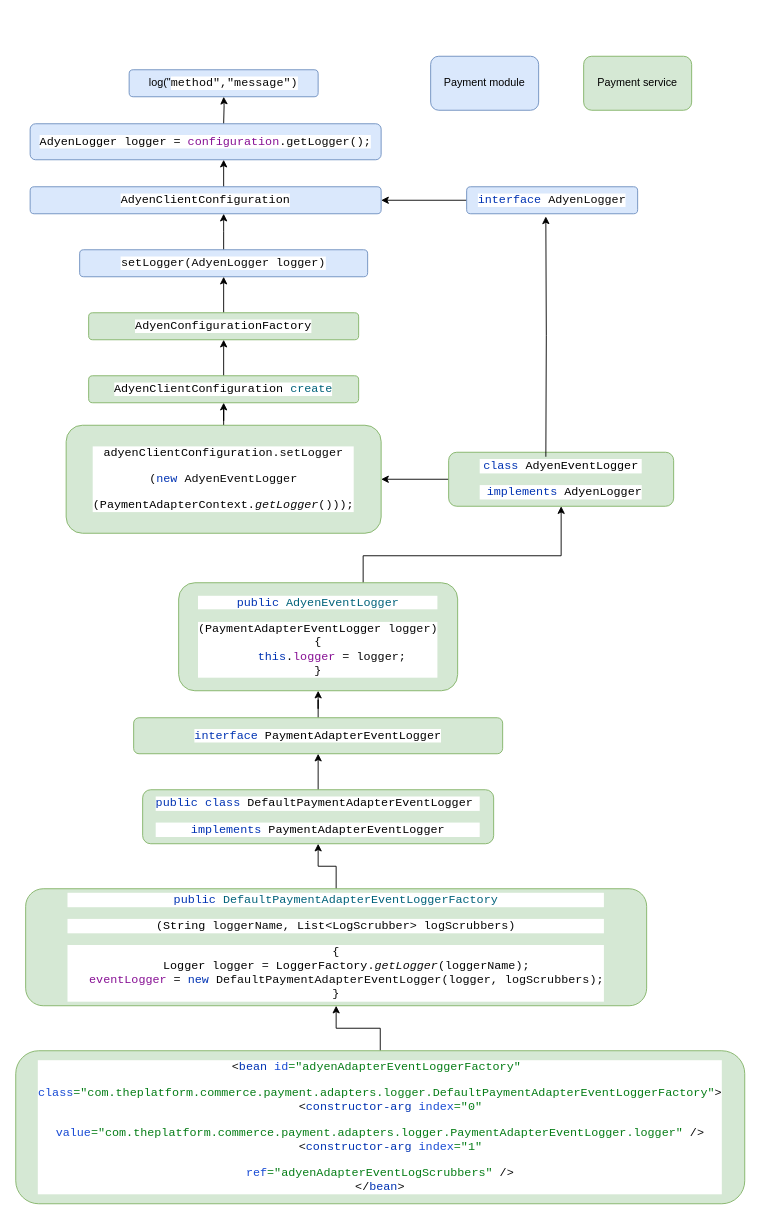
Above: Untitled Diagram.drawio in itzsaravana/diagrams (draw.io), before the change. Source tidied: cells renumbered, new cells numbered last; positions are measured from the earlier drawing's top-left corner, leaving out a move shared by most shapes. Both pictures are drawn from the tidied source at 90%, with x=0, y=0 at pixel (15, 56).
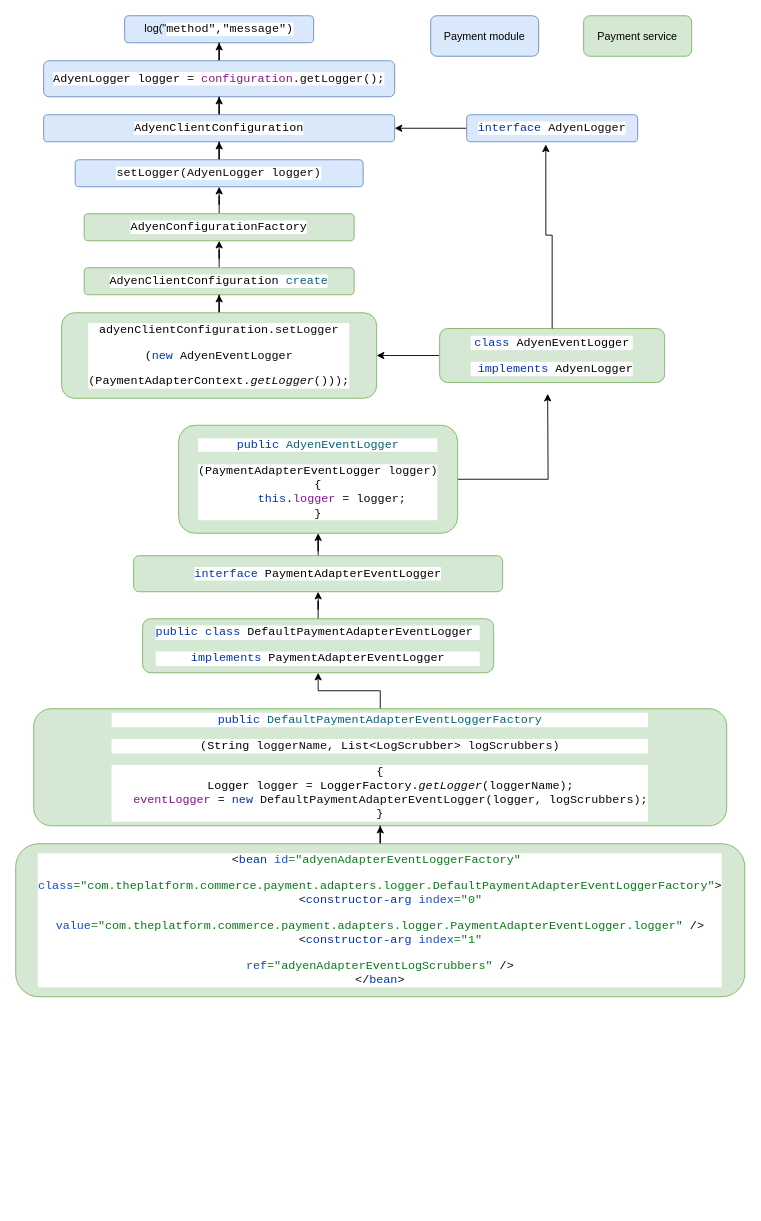
The same diagram, later.

Change to the diagram source:
```diff
@@
     <mxCell id="2" value="log(&quot;&lt;span style=&quot;background-color: rgb(255 , 255 , 255) ; color: rgb(8 , 8 , 8) ; font-family: &amp;#34;jetbrains mono&amp;#34; , monospace ; font-size: 9.8pt&quot;&gt;method&quot;,&quot;message&quot;)&lt;/span&gt;" style="rounded=1;whiteSpace=wrap;html=1;fontSize=12;glass=0;strokeWidth=1;shadow=0;fillColor=#dae8fc;strokeColor=#6c8ebf;" parent="1" vertex="1">
-      <mxGeometry x="126" y="15" width="210" height="30" as="geometry" />
+      <mxGeometry x="121" y="-45" width="210" height="30" as="geometry" />
     </mxCell>
-    <mxCell id="3" style="edgeStyle=orthogonalEdgeStyle;rounded=0;jettySize=auto;html=1;" parent="1" edge="1" target="2">
-      <mxGeometry relative="1" as="geometry">
-        <mxPoint x="231" y="75" as="sourcePoint" />
-      </mxGeometry>
-    </mxCell>
+    <mxCell id="33" style="edgeStyle=orthogonalEdgeStyle;rounded=0;jettySize=auto;html=1;" parent="1" edge="1" source="4" target="2">
+      <mxGeometry relative="1" as="geometry" />
+    </mxCell>
     <mxCell id="4" value="&lt;pre style=&quot;background-color: #ffffff ; color: #080808 ; font-family: &amp;#34;jetbrains mono&amp;#34; , monospace ; font-size: 9.8pt&quot;&gt;&lt;span style=&quot;color: #000000&quot;&gt;AdyenLogger logger &lt;/span&gt;= &lt;span style=&quot;color: #871094&quot;&gt;configuration&lt;/span&gt;.getLogger();&lt;/pre&gt;" style="rounded=1;whiteSpace=wrap;html=1;fontSize=12;glass=0;strokeWidth=1;shadow=0;fillColor=#dae8fc;strokeColor=#6c8ebf;" parent="1" vertex="1">
-      <mxGeometry x="16" y="75" width="390" height="40" as="geometry" />
+      <mxGeometry x="31" y="5" width="390" height="40" as="geometry" />
     </mxCell>
-    <mxCell id="5" style="edgeStyle=orthogonalEdgeStyle;rounded=0;orthogonalLoop=1;jettySize=auto;html=1;" parent="1" edge="1">
-      <mxGeometry relative="1" as="geometry">
-        <mxPoint x="231" y="145" as="sourcePoint" />
-        <mxPoint x="231" y="115" as="targetPoint" />
-      </mxGeometry>
-    </mxCell>
+    <mxCell id="34" style="edgeStyle=orthogonalEdgeStyle;rounded=0;jettySize=auto;html=1;" parent="1" edge="1" source="6" target="4">
+      <mxGeometry relative="1" as="geometry" />
+    </mxCell>
     <mxCell id="6" value="&lt;pre style=&quot;background-color: #ffffff ; color: #080808 ; font-family: &amp;#34;jetbrains mono&amp;#34; , monospace ; font-size: 9.8pt&quot;&gt;&lt;pre style=&quot;font-family: &amp;#34;jetbrains mono&amp;#34; , monospace ; font-size: 9.8pt&quot;&gt;&lt;span style=&quot;color: #000000&quot;&gt;AdyenClientConfiguration&lt;/span&gt;&lt;/pre&gt;&lt;/pre&gt;" style="rounded=1;whiteSpace=wrap;html=1;fontSize=12;glass=0;strokeWidth=1;shadow=0;fillColor=#dae8fc;strokeColor=#6c8ebf;" parent="1" vertex="1">
-      <mxGeometry x="16" y="145" width="390" height="30" as="geometry" />
+      <mxGeometry x="31" y="65" width="390" height="30" as="geometry" />
     </mxCell>
@@
     <mxCell id="8" value="&lt;pre style=&quot;background-color: #ffffff ; color: #080808 ; font-family: &amp;#34;jetbrains mono&amp;#34; , monospace ; font-size: 9.8pt&quot;&gt;&lt;span style=&quot;color: #0033b3&quot;&gt;interface &lt;/span&gt;AdyenLogger&lt;/pre&gt;" style="whiteSpace=wrap;html=1;rounded=1;glass=0;strokeWidth=1;shadow=0;fillColor=#dae8fc;strokeColor=#6c8ebf;" parent="1" vertex="1">
-      <mxGeometry x="501" y="145" width="190" height="30" as="geometry" />
+      <mxGeometry x="501" y="65" width="190" height="30" as="geometry" />
     </mxCell>
-    <mxCell id="9" style="edgeStyle=orthogonalEdgeStyle;rounded=0;jettySize=auto;html=1;" parent="1" edge="1" source="10">
-      <mxGeometry relative="1" as="geometry">
-        <mxPoint x="231" y="175" as="targetPoint" />
-      </mxGeometry>
-    </mxCell>
+    <mxCell id="35" style="edgeStyle=orthogonalEdgeStyle;rounded=0;jettySize=auto;html=1;" parent="1" edge="1" source="10" target="6">
+      <mxGeometry relative="1" as="geometry" />
+    </mxCell>
     <mxCell id="10" value="&lt;pre style=&quot;background-color: #ffffff ; color: #080808 ; font-family: &amp;#34;jetbrains mono&amp;#34; , monospace ; font-size: 9.8pt&quot;&gt;setLogger(AdyenLogger logger)&lt;/pre&gt;" style="whiteSpace=wrap;html=1;rounded=1;glass=0;strokeWidth=1;shadow=0;fillColor=#dae8fc;strokeColor=#6c8ebf;" parent="1" vertex="1">
-      <mxGeometry x="71" y="215" width="320" height="30" as="geometry" />
+      <mxGeometry x="66" y="115" width="320" height="30" as="geometry" />
     </mxCell>
@@
     <mxCell id="12" value="&lt;pre style=&quot;background-color: #ffffff ; color: #080808 ; font-family: &amp;#34;jetbrains mono&amp;#34; , monospace ; font-size: 9.8pt&quot;&gt;&lt;span style=&quot;color: #000000&quot;&gt;AdyenConfigurationFactory&lt;/span&gt;&lt;/pre&gt;" style="whiteSpace=wrap;html=1;rounded=1;glass=0;strokeWidth=1;shadow=0;fillColor=#d5e8d4;strokeColor=#82b366;" parent="1" vertex="1">
-      <mxGeometry x="81" y="285" width="300" height="30" as="geometry" />
+      <mxGeometry x="76" y="175" width="300" height="30" as="geometry" />
     </mxCell>
@@
     <mxCell id="15" value="&lt;pre style=&quot;background-color: #ffffff ; color: #080808 ; font-family: &amp;#34;jetbrains mono&amp;#34; , monospace ; font-size: 9.8pt&quot;&gt;&lt;pre style=&quot;font-family: &amp;#34;jetbrains mono&amp;#34; , monospace ; font-size: 9.8pt&quot;&gt;&lt;pre style=&quot;font-family: &amp;#34;jetbrains mono&amp;#34; , monospace ; font-size: 9.8pt&quot;&gt;&lt;span style=&quot;color: #000000&quot;&gt;AdyenClientConfiguration &lt;/span&gt;&lt;span style=&quot;color: #00627a&quot;&gt;create&lt;/span&gt;&lt;/pre&gt;&lt;/pre&gt;&lt;/pre&gt;" style="whiteSpace=wrap;html=1;rounded=1;glass=0;strokeWidth=1;shadow=0;fillColor=#d5e8d4;strokeColor=#82b366;" parent="1" vertex="1">
-      <mxGeometry x="81" y="355" width="300" height="30" as="geometry" />
+      <mxGeometry x="76" y="235" width="300" height="30" as="geometry" />
     </mxCell>
@@
     <mxCell id="17" value="&lt;pre style=&quot;background-color: #ffffff ; color: #080808 ; font-family: &amp;#34;jetbrains mono&amp;#34; , monospace ; font-size: 9.8pt&quot;&gt;&lt;pre style=&quot;font-family: &amp;#34;jetbrains mono&amp;#34; , monospace ; font-size: 9.8pt&quot;&gt;&lt;pre style=&quot;font-family: &amp;#34;jetbrains mono&amp;#34; , monospace ; font-size: 9.8pt&quot;&gt;&lt;pre style=&quot;font-family: &amp;#34;jetbrains mono&amp;#34; , monospace ; font-size: 9.8pt&quot;&gt;&lt;span style=&quot;color: #000000&quot;&gt;adyenClientConfiguration&lt;/span&gt;.setLogger&lt;/pre&gt;&lt;pre style=&quot;font-family: &amp;#34;jetbrains mono&amp;#34; , monospace ; font-size: 9.8pt&quot;&gt;(&lt;span style=&quot;color: #0033b3&quot;&gt;new &lt;/span&gt;AdyenEventLogger&lt;/pre&gt;&lt;pre style=&quot;font-family: &amp;#34;jetbrains mono&amp;#34; , monospace ; font-size: 9.8pt&quot;&gt;(&lt;span style=&quot;color: #000000&quot;&gt;PaymentAdapterContext&lt;/span&gt;.&lt;span style=&quot;font-style: italic&quot;&gt;getLogger&lt;/span&gt;()));&lt;/pre&gt;&lt;/pre&gt;&lt;/pre&gt;&lt;/pre&gt;" style="whiteSpace=wrap;html=1;rounded=1;glass=0;strokeWidth=1;shadow=0;fillColor=#d5e8d4;strokeColor=#82b366;" parent="1" vertex="1">
-      <mxGeometry x="56" y="410" width="350" height="120" as="geometry" />
+      <mxGeometry x="51" y="285" width="350" height="95" as="geometry" />
     </mxCell>
@@
     <mxCell id="19" value="&lt;pre style=&quot;background-color: #ffffff ; color: #080808 ; font-family: &amp;#34;jetbrains mono&amp;#34; , monospace ; font-size: 9.8pt&quot;&gt;&lt;span style=&quot;color: #0033b3&quot;&gt;class &lt;/span&gt;&lt;span style=&quot;color: #000000&quot;&gt;AdyenEventLogger&lt;/span&gt;&lt;/pre&gt;&lt;pre style=&quot;background-color: #ffffff ; color: #080808 ; font-family: &amp;#34;jetbrains mono&amp;#34; , monospace ; font-size: 9.8pt&quot;&gt;&lt;span style=&quot;color: #000000&quot;&gt; &lt;/span&gt;&lt;span style=&quot;color: #0033b3&quot;&gt;implements &lt;/span&gt;&lt;span style=&quot;color: #000000&quot;&gt;AdyenLogger&lt;/span&gt;&lt;/pre&gt;" style="whiteSpace=wrap;html=1;rounded=1;glass=0;strokeWidth=1;shadow=0;fillColor=#d5e8d4;strokeColor=#82b366;" parent="1" vertex="1">
-      <mxGeometry x="481" y="440" width="250" height="60" as="geometry" />
+      <mxGeometry x="471" y="302.5" width="250" height="60" as="geometry" />
     </mxCell>
-    <mxCell id="20" style="edgeStyle=orthogonalEdgeStyle;rounded=0;jettySize=auto;html=1;entryX=0.463;entryY=1.1;entryDx=0;entryDy=0;entryPerimeter=0;" parent="1" edge="1" target="8">
-      <mxGeometry relative="1" as="geometry">
-        <mxPoint x="589" y="445" as="sourcePoint" />
-      </mxGeometry>
+    <mxCell id="20" style="edgeStyle=orthogonalEdgeStyle;rounded=0;jettySize=auto;html=1;entryX=0.463;entryY=1.1;entryDx=0;entryDy=0;entryPerimeter=0;exitX=0.5;exitY=0;exitDx=0;exitDy=0;" parent="1" edge="1" source="19" target="8">
+      <mxGeometry relative="1" as="geometry" />
     </mxCell>
-    <mxCell id="21" style="edgeStyle=orthogonalEdgeStyle;rounded=0;jettySize=auto;html=1;" parent="1" edge="1" source="22" target="19">
-      <mxGeometry relative="1" as="geometry">
-        <Array as="points">
-          <mxPoint x="386" y="555" />
-          <mxPoint x="606" y="555" />
-        </Array>
-      </mxGeometry>
-    </mxCell>
+    <mxCell id="36" style="edgeStyle=orthogonalEdgeStyle;rounded=0;jettySize=auto;html=1;" parent="1" edge="1" source="22">
+      <mxGeometry relative="1" as="geometry">
+        <mxPoint x="591" y="375" as="targetPoint" />
+      </mxGeometry>
+    </mxCell>
     <mxCell id="22" value="&lt;pre style=&quot;background-color: #ffffff ; color: #080808 ; font-family: &amp;#34;jetbrains mono&amp;#34; , monospace ; font-size: 9.8pt&quot;&gt;&lt;span style=&quot;color: #0033b3&quot;&gt;public &lt;/span&gt;&lt;span style=&quot;color: #00627a&quot;&gt;AdyenEventLogger&lt;/span&gt;&lt;/pre&gt;&lt;pre style=&quot;background-color: #ffffff ; color: #080808 ; font-family: &amp;#34;jetbrains mono&amp;#34; , monospace ; font-size: 9.8pt&quot;&gt;(&lt;span style=&quot;color: #000000&quot;&gt;PaymentAdapterEventLogger &lt;/span&gt;logger)&lt;br&gt;{&lt;br&gt;    &lt;span style=&quot;color: #0033b3&quot;&gt;this&lt;/span&gt;.&lt;span style=&quot;color: #871094&quot;&gt;logger &lt;/span&gt;= logger;&lt;br&gt;}&lt;/pre&gt;" style="whiteSpace=wrap;html=1;rounded=1;glass=0;strokeWidth=1;shadow=0;fillColor=#d5e8d4;strokeColor=#82b366;" parent="1" vertex="1">
-      <mxGeometry x="181" y="585" width="310" height="120" as="geometry" />
+      <mxGeometry x="181" y="410" width="310" height="120" as="geometry" />
     </mxCell>
@@
     <mxCell id="24" value="&lt;pre style=&quot;background-color: #ffffff ; color: #080808 ; font-family: &amp;#34;jetbrains mono&amp;#34; , monospace ; font-size: 9.8pt&quot;&gt;&lt;span style=&quot;color: #0033b3&quot;&gt;interface &lt;/span&gt;&lt;span style=&quot;color: #000000&quot;&gt;PaymentAdapterEventLogger&lt;/span&gt;&lt;/pre&gt;" style="whiteSpace=wrap;html=1;rounded=1;glass=0;strokeWidth=1;shadow=0;fillColor=#d5e8d4;strokeColor=#82b366;" parent="1" vertex="1">
-      <mxGeometry x="131" y="735" width="410" height="40" as="geometry" />
+      <mxGeometry x="131" y="555" width="410" height="40" as="geometry" />
     </mxCell>
@@
     <mxCell id="26" value="&lt;pre style=&quot;background-color: #ffffff ; color: #080808 ; font-family: &amp;#34;jetbrains mono&amp;#34; , monospace ; font-size: 9.8pt&quot;&gt;&lt;span style=&quot;color: #0033b3&quot;&gt;public class &lt;/span&gt;&lt;span style=&quot;color: #000000&quot;&gt;DefaultPaymentAdapterEventLogger &lt;/span&gt;&lt;/pre&gt;&lt;pre style=&quot;background-color: #ffffff ; color: #080808 ; font-family: &amp;#34;jetbrains mono&amp;#34; , monospace ; font-size: 9.8pt&quot;&gt;&lt;span style=&quot;color: #0033b3&quot;&gt;implements &lt;/span&gt;&lt;span style=&quot;color: #000000&quot;&gt;PaymentAdapterEventLogger&lt;/span&gt;&lt;/pre&gt;" style="whiteSpace=wrap;html=1;rounded=1;glass=0;strokeWidth=1;shadow=0;fillColor=#d5e8d4;strokeColor=#82b366;" parent="1" vertex="1">
-      <mxGeometry x="141" y="815" width="390" height="60" as="geometry" />
+      <mxGeometry x="141" y="625" width="390" height="60" as="geometry" />
     </mxCell>
@@
     <mxCell id="28" value="&lt;pre style=&quot;background-color: #ffffff ; color: #080808 ; font-family: &amp;#34;jetbrains mono&amp;#34; , monospace ; font-size: 9.8pt&quot;&gt;&lt;span style=&quot;color: #0033b3&quot;&gt;public &lt;/span&gt;&lt;span style=&quot;color: #00627a&quot;&gt;DefaultPaymentAdapterEventLoggerFactory&lt;/span&gt;&lt;/pre&gt;&lt;pre style=&quot;background-color: #ffffff ; color: #080808 ; font-family: &amp;#34;jetbrains mono&amp;#34; , monospace ; font-size: 9.8pt&quot;&gt;(&lt;span style=&quot;font-size: 9.8pt ; white-space: normal ; color: rgb(0 , 0 , 0)&quot;&gt;String &lt;/span&gt;&lt;span style=&quot;font-size: 9.8pt ; white-space: normal&quot;&gt;loggerName, &lt;/span&gt;&lt;span style=&quot;font-size: 9.8pt ; white-space: normal ; color: rgb(0 , 0 , 0)&quot;&gt;List&lt;/span&gt;&lt;span style=&quot;font-size: 9.8pt ; white-space: normal&quot;&gt;&amp;lt;&lt;/span&gt;&lt;span style=&quot;font-size: 9.8pt ; white-space: normal ; color: rgb(0 , 0 , 0)&quot;&gt;LogScrubber&lt;/span&gt;&lt;span style=&quot;font-size: 9.8pt ; white-space: normal&quot;&gt;&amp;gt; logScrubbers)&lt;/span&gt;&lt;/pre&gt;&lt;pre style=&quot;background-color: #ffffff ; color: #080808 ; font-family: &amp;#34;jetbrains mono&amp;#34; , monospace ; font-size: 9.8pt&quot;&gt;{&lt;br&gt;   &lt;span style=&quot;color: #000000&quot;&gt;Logger logger &lt;/span&gt;= &lt;span style=&quot;color: #000000&quot;&gt;LoggerFactory&lt;/span&gt;.&lt;span style=&quot;font-style: italic&quot;&gt;getLogger&lt;/span&gt;(loggerName);&lt;br&gt;   &lt;span style=&quot;color: #871094&quot;&gt;eventLogger &lt;/span&gt;= &lt;span style=&quot;color: #0033b3&quot;&gt;new &lt;/span&gt;DefaultPaymentAdapterEventLogger(&lt;span style=&quot;color: #000000&quot;&gt;logger&lt;/span&gt;, logScrubbers);&lt;br&gt;}&lt;/pre&gt;" style="whiteSpace=wrap;html=1;rounded=1;glass=0;strokeWidth=1;shadow=0;fillColor=#d5e8d4;strokeColor=#82b366;" parent="1" vertex="1">
-      <mxGeometry x="11" y="925" width="690" height="130" as="geometry" />
+      <mxGeometry x="20" y="725" width="770" height="130" as="geometry" />
     </mxCell>
@@
     <mxCell id="30" value="&lt;pre style=&quot;background-color: #ffffff ; color: #080808 ; font-family: &amp;#34;jetbrains mono&amp;#34; , monospace ; font-size: 9.8pt&quot;&gt;&lt;pre style=&quot;font-family: &amp;#34;jetbrains mono&amp;#34; , monospace ; font-size: 9.8pt&quot;&gt;&amp;lt;&lt;span style=&quot;color: rgb(0 , 51 , 179)&quot;&gt;bean &lt;/span&gt;&lt;span style=&quot;color: rgb(23 , 74 , 212)&quot;&gt;id&lt;/span&gt;&lt;span style=&quot;color: rgb(6 , 125 , 23)&quot;&gt;=&quot;adyenAdapterEventLoggerFactory&quot; &lt;/span&gt;&lt;/pre&gt;&lt;pre style=&quot;font-family: &amp;#34;jetbrains mono&amp;#34; , monospace ; font-size: 9.8pt&quot;&gt;&lt;span style=&quot;color: rgb(23 , 74 , 212)&quot;&gt;class&lt;/span&gt;&lt;span style=&quot;color: rgb(6 , 125 , 23)&quot;&gt;=&quot;com.theplatform.commerce.payment.adapters.logger.DefaultPaymentAdapterEventLoggerFactory&quot;&lt;/span&gt;&amp;gt;&lt;br&gt;    &amp;lt;&lt;span style=&quot;color: rgb(0 , 51 , 179)&quot;&gt;constructor-arg &lt;/span&gt;&lt;span style=&quot;color: rgb(23 , 74 , 212)&quot;&gt;index&lt;/span&gt;&lt;span style=&quot;color: rgb(6 , 125 , 23)&quot;&gt;=&quot;0&quot; &lt;/span&gt;&lt;/pre&gt;&lt;pre style=&quot;font-family: &amp;#34;jetbrains mono&amp;#34; , monospace ; font-size: 9.8pt&quot;&gt;&lt;span style=&quot;color: rgb(23 , 74 , 212)&quot;&gt;value&lt;/span&gt;&lt;span style=&quot;color: rgb(6 , 125 , 23)&quot;&gt;=&quot;com.theplatform.commerce.payment.adapters.logger.PaymentAdapterEventLogger.logger&quot; &lt;/span&gt;/&amp;gt;&lt;br&gt;    &amp;lt;&lt;span style=&quot;color: rgb(0 , 51 , 179)&quot;&gt;constructor-arg &lt;/span&gt;&lt;span style=&quot;color: rgb(23 , 74 , 212)&quot;&gt;index&lt;/span&gt;&lt;span style=&quot;color: rgb(6 , 125 , 23)&quot;&gt;=&quot;1&quot; &lt;/span&gt;&lt;/pre&gt;&lt;pre style=&quot;font-family: &amp;#34;jetbrains mono&amp;#34; , monospace ; font-size: 9.8pt&quot;&gt;&lt;span style=&quot;color: rgb(23 , 74 , 212)&quot;&gt;ref&lt;/span&gt;&lt;span style=&quot;color: rgb(6 , 125 , 23)&quot;&gt;=&quot;adyenAdapterEventLogScrubbers&quot; &lt;/span&gt;/&amp;gt;&lt;br&gt;&amp;lt;/&lt;span style=&quot;color: rgb(0 , 51 , 179)&quot;&gt;bean&lt;/span&gt;&amp;gt;&lt;/pre&gt;&lt;/pre&gt;" style="whiteSpace=wrap;html=1;rounded=1;glass=0;strokeWidth=1;shadow=0;fillColor=#d5e8d4;strokeColor=#82b366;" parent="1" vertex="1">
-      <mxGeometry y="1105" width="810" height="170" as="geometry" />
+      <mxGeometry y="875" width="810" height="170" as="geometry" />
     </mxCell>
     <mxCell id="31" value="Payment module" style="whiteSpace=wrap;html=1;fillColor=#dae8fc;strokeColor=#6c8ebf;rounded=1;glass=0;strokeWidth=1;shadow=0;" parent="1" vertex="1">
-      <mxGeometry x="461" width="120" height="60" as="geometry" />
+      <mxGeometry x="461" y="-45" width="120" height="45" as="geometry" />
     </mxCell>
     <mxCell id="32" value="Payment service" style="whiteSpace=wrap;html=1;fillColor=#d5e8d4;strokeColor=#82b366;rounded=1;glass=0;strokeWidth=1;shadow=0;" parent="1" vertex="1">
-      <mxGeometry x="631" width="120" height="60" as="geometry" />
+      <mxGeometry x="631" y="-45" width="120" height="45" as="geometry" />
     </mxCell>
```
